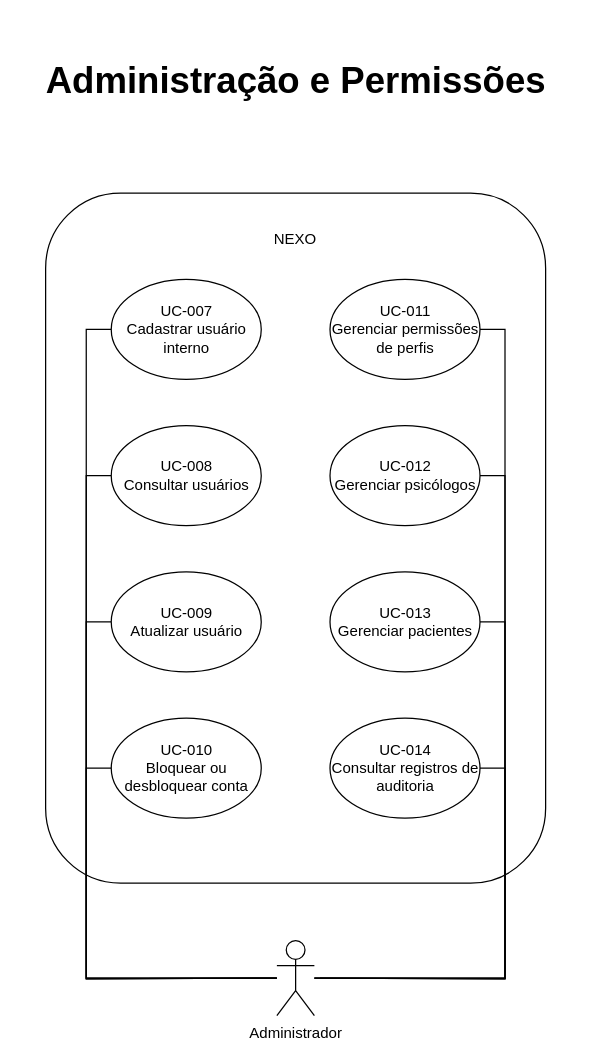
The draw.io diagram page "Página-2" (2 of 10) of diagramas/casos-de-uso/diagramas-casos-de-uso.drawio in devcaline/nexo-modelagem, before the edit. Source tidied: cells renumbered, new cells numbered last; positions are measured from the earlier drawing's top-left corner, leaving out a move shared by most shapes. Both pictures are drawn from the tidied source at 125%, with x=0, y=0 at pixel (20, 61).
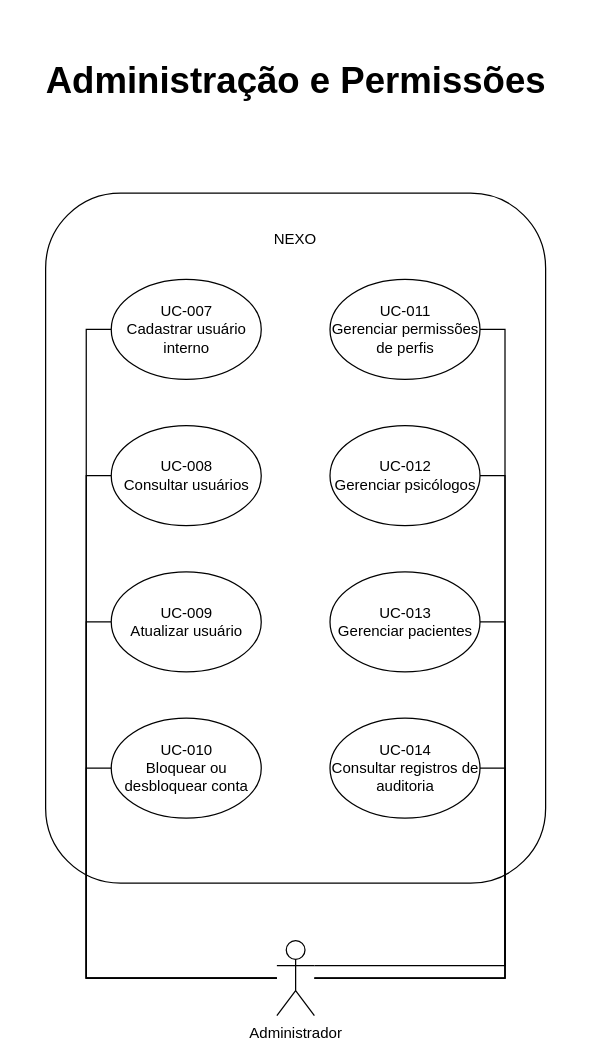
The same diagram, later.

Unchanged cells that the change refers to:
```xml
<mxCell id="9" value="&lt;div&gt;Administrador&lt;/div&gt;" style="shape=umlActor;verticalLabelPosition=bottom;verticalAlign=top;html=1;outlineConnect=0;" parent="1" vertex="1">
  <mxGeometry x="205" y="703" width="30" height="60" as="geometry" />
</mxCell>
<mxCell id="13" value="&lt;p&gt;UC-011&lt;br&gt;&lt;span style=&quot;text-decoration-line: inherit; background-color: transparent; color: light-dark(rgb(0, 0, 0), rgb(255, 255, 255));&quot;&gt;Gerenciar permissões de perfis&lt;/span&gt;&lt;/p&gt;" style="ellipse;whiteSpace=wrap;html=1;shapeInside=1;" parent="1" vertex="1">
  <mxGeometry x="247.5" y="174" width="120" height="80" as="geometry" />
</mxCell>
<mxCell id="15" value="&lt;p&gt;UC-008&lt;br&gt;&lt;span style=&quot;background-color: transparent; color: light-dark(rgb(0, 0, 0), rgb(255, 255, 255)); text-decoration-line: inherit;&quot;&gt;Consultar usuários&lt;/span&gt;&lt;/p&gt;" style="ellipse;whiteSpace=wrap;html=1;shapeInside=1;" parent="1" vertex="1">
  <mxGeometry x="72.5" y="291" width="120" height="80" as="geometry" />
</mxCell>
<mxCell id="16" value="&lt;p&gt;UC-007&lt;br&gt;&lt;span style=&quot;text-decoration-line: inherit; background-color: transparent; color: light-dark(rgb(0, 0, 0), rgb(255, 255, 255));&quot;&gt;Cadastrar usuário interno&lt;/span&gt;&lt;/p&gt;" style="ellipse;whiteSpace=wrap;html=1;shapeInside=1;" parent="1" vertex="1">
  <mxGeometry x="72.5" y="174" width="120" height="80" as="geometry" />
</mxCell>
<mxCell id="19" value="&lt;p&gt;UC-013&lt;br&gt;&lt;span style=&quot;text-decoration-line: inherit; background-color: transparent; color: light-dark(rgb(0, 0, 0), rgb(255, 255, 255));&quot;&gt;Gerenciar pacientes&lt;/span&gt;&lt;/p&gt;" style="ellipse;whiteSpace=wrap;html=1;shapeInside=1;" parent="1" vertex="1">
  <mxGeometry x="247.5" y="408" width="120" height="80" as="geometry" />
</mxCell>
<mxCell id="20" value="&lt;p&gt;UC-014&lt;br&gt;&lt;span style=&quot;text-decoration-line: inherit; background-color: transparent; color: light-dark(rgb(0, 0, 0), rgb(255, 255, 255));&quot;&gt;Consultar registros de auditoria&lt;/span&gt;&lt;/p&gt;" style="ellipse;whiteSpace=wrap;html=1;shapeInside=1;" parent="1" vertex="1">
  <mxGeometry x="247.5" y="525" width="120" height="80" as="geometry" />
</mxCell>
```

Change to the diagram source:
```diff
@@
-    <mxCell id="3" style="edgeStyle=orthogonalEdgeStyle;rounded=0;jettySize=auto;html=1;entryX=0;entryY=0.5;entryDx=0;entryDy=0;fontSize=12;startSize=8;endSize=8;endArrow=none;endFill=0;" parent="1" edge="1" target="16">
-      <mxGeometry x="0.01" relative="1" as="geometry">
-        <mxPoint x="205" y="733" as="sourcePoint" />
-      </mxGeometry>
+    <mxCell id="3" style="edgeStyle=orthogonalEdgeStyle;rounded=0;jettySize=auto;html=1;entryX=0;entryY=0.5;entryDx=0;entryDy=0;fontSize=12;startSize=8;endSize=8;endArrow=none;endFill=0;" parent="1" edge="1" source="9" target="16">
+      <mxGeometry x="0.01" relative="1" as="geometry" />
     </mxCell>
-    <mxCell id="4" style="edgeStyle=orthogonalEdgeStyle;rounded=0;jettySize=auto;html=1;entryX=0;entryY=0.5;entryDx=0;entryDy=0;fontSize=12;startSize=8;endSize=8;endArrow=none;endFill=0;" parent="1" edge="1" target="15">
-      <mxGeometry x="0.01" relative="1" as="geometry">
-        <mxPoint x="205" y="733" as="sourcePoint" />
-      </mxGeometry>
+    <mxCell id="4" style="edgeStyle=orthogonalEdgeStyle;rounded=0;jettySize=auto;html=1;entryX=0;entryY=0.5;entryDx=0;entryDy=0;fontSize=12;startSize=8;endSize=8;endArrow=none;endFill=0;" parent="1" edge="1" source="9" target="15">
+      <mxGeometry x="0.01" relative="1" as="geometry" />
     </mxCell>
@@
-    <mxCell id="7" style="edgeStyle=orthogonalEdgeStyle;rounded=0;jettySize=auto;html=1;exitX=1;exitY=0.3333333333333333;exitDx=0;exitDy=0;exitPerimeter=0;entryX=1;entryY=0.5;entryDx=0;entryDy=0;fontSize=12;startSize=8;endSize=8;endArrow=none;endFill=0;" parent="1" edge="1" target="13">
-      <mxGeometry relative="1" as="geometry">
-        <mxPoint x="235" y="733" as="sourcePoint" />
-      </mxGeometry>
+    <mxCell id="7" style="edgeStyle=orthogonalEdgeStyle;rounded=0;jettySize=auto;html=1;exitX=1;exitY=0.3333333333333333;exitDx=0;exitDy=0;exitPerimeter=0;entryX=1;entryY=0.5;entryDx=0;entryDy=0;fontSize=12;startSize=8;endSize=8;endArrow=none;endFill=0;" parent="1" edge="1" source="9" target="13">
+      <mxGeometry relative="1" as="geometry" />
     </mxCell>
-    <mxCell id="8" style="edgeStyle=orthogonalEdgeStyle;rounded=0;jettySize=auto;html=1;fontSize=12;startSize=8;endSize=8;endArrow=none;endFill=0;entryX=1;entryY=0.5;entryDx=0;entryDy=0;" parent="1" edge="1" target="20">
-      <mxGeometry x="0.02" relative="1" as="geometry">
-        <mxPoint x="239.5" y="733" as="sourcePoint" />
-      </mxGeometry>
+    <mxCell id="8" style="edgeStyle=orthogonalEdgeStyle;rounded=0;jettySize=auto;html=1;fontSize=12;startSize=8;endSize=8;endArrow=none;endFill=0;entryX=1;entryY=0.5;entryDx=0;entryDy=0;" parent="1" edge="1" source="9" target="20">
+      <mxGeometry x="0.02" relative="1" as="geometry" />
     </mxCell>
@@
-    <mxCell id="21" style="edgeStyle=orthogonalEdgeStyle;rounded=0;jettySize=auto;html=1;exitX=1;exitY=0.5;exitDx=0;exitDy=0;fontSize=12;startSize=8;endSize=8;endArrow=none;endFill=0;" parent="1" edge="1" source="19">
+    <mxCell id="21" style="edgeStyle=orthogonalEdgeStyle;rounded=0;jettySize=auto;html=1;exitX=1;exitY=0.5;exitDx=0;exitDy=0;fontSize=12;startSize=8;endSize=8;endArrow=none;endFill=0;" parent="1" edge="1" source="19" target="9">
       <mxGeometry x="-0.02" relative="1" as="geometry">
-        <mxPoint x="235" y="733" as="targetPoint" />
         <Array as="points">
           <mxPoint x="387.5" y="448" />
           <mxPoint x="387.5" y="733" />
           <mxPoint x="235" y="733" />
         </Array>
       </mxGeometry>
     </mxCell>
```
